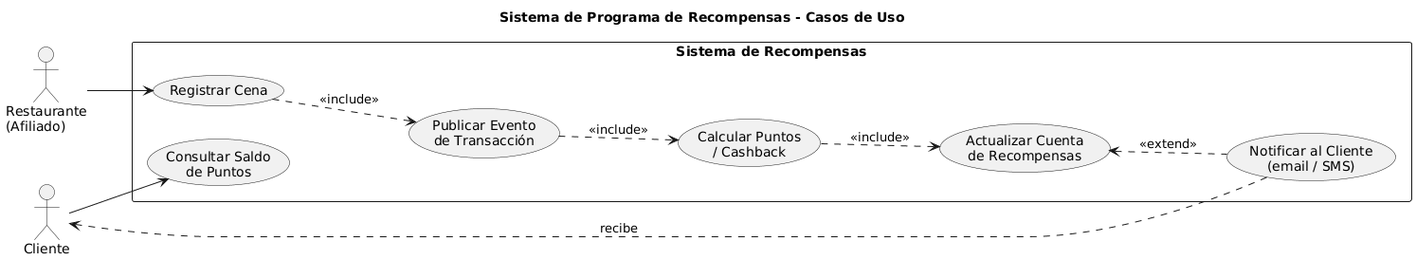
Earlier version of the PlantUML export imgs/caso_de_uso.png (EV081/Laboratorio_8_software).
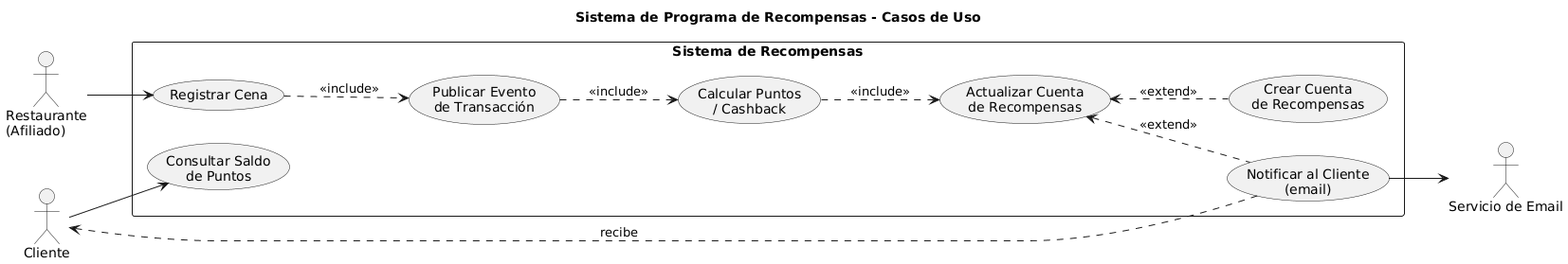
After the commit.

Commit message:
docs: agregar enlaces, evidencia de pruebas y actualizar diagrama de casos de uso

Diff of the diagram source:
```diff
@@ -6,22 +6,26 @@
 
   actor "Restaurante\n(Afiliado)" as Restaurante
   actor "Cliente" as Cliente
+  actor "Servicio de Email" as EmailGateway
 
   rectangle "Sistema de Recompensas" {
     usecase "Registrar Cena" as UC1
     usecase "Publicar Evento\nde Transacción" as UC2
     usecase "Calcular Puntos\n/ Cashback" as UC3
     usecase "Actualizar Cuenta\nde Recompensas" as UC4
-    usecase "Notificar al Cliente\n(email / SMS)" as UC5
+    usecase "Notificar al Cliente\n(email)" as UC5
     usecase "Consultar Saldo\nde Puntos" as UC6
+    usecase "Crear Cuenta\nde Recompensas" as UC7
   }
 
   Restaurante --> UC1
   Cliente --> UC6
+  UC5 --> EmailGateway
   Cliente <.. UC5 : recibe
 
   UC1 ..> UC2 : <<include>>
   UC2 ..> UC3 : <<include>>
   UC3 ..> UC4 : <<include>>
   UC4 <.. UC5 : <<extend>>
+  UC4 <.. UC7 : <<extend>>
 @enduml
```
